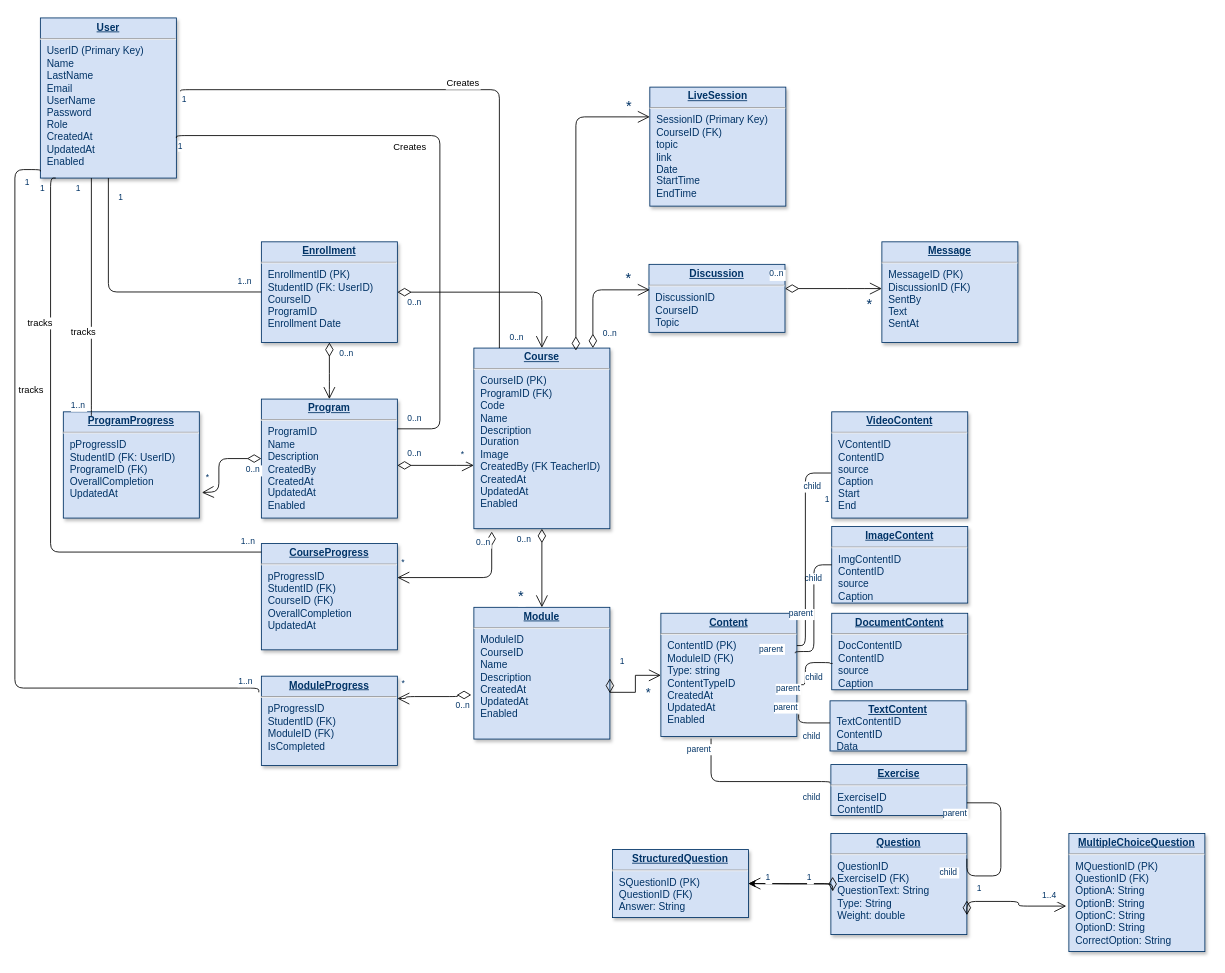
Earlier version of the draw.io diagram Database.drawio (kingshowa/PFE_E-learning). Source tidied: cells renumbered, new cells numbered last; positions are measured from the earlier drawing's top-left corner, leaving out a move shared by most shapes. Both pictures are drawn from the tidied source at 85%, with x=0, y=0 at pixel (14, 18).
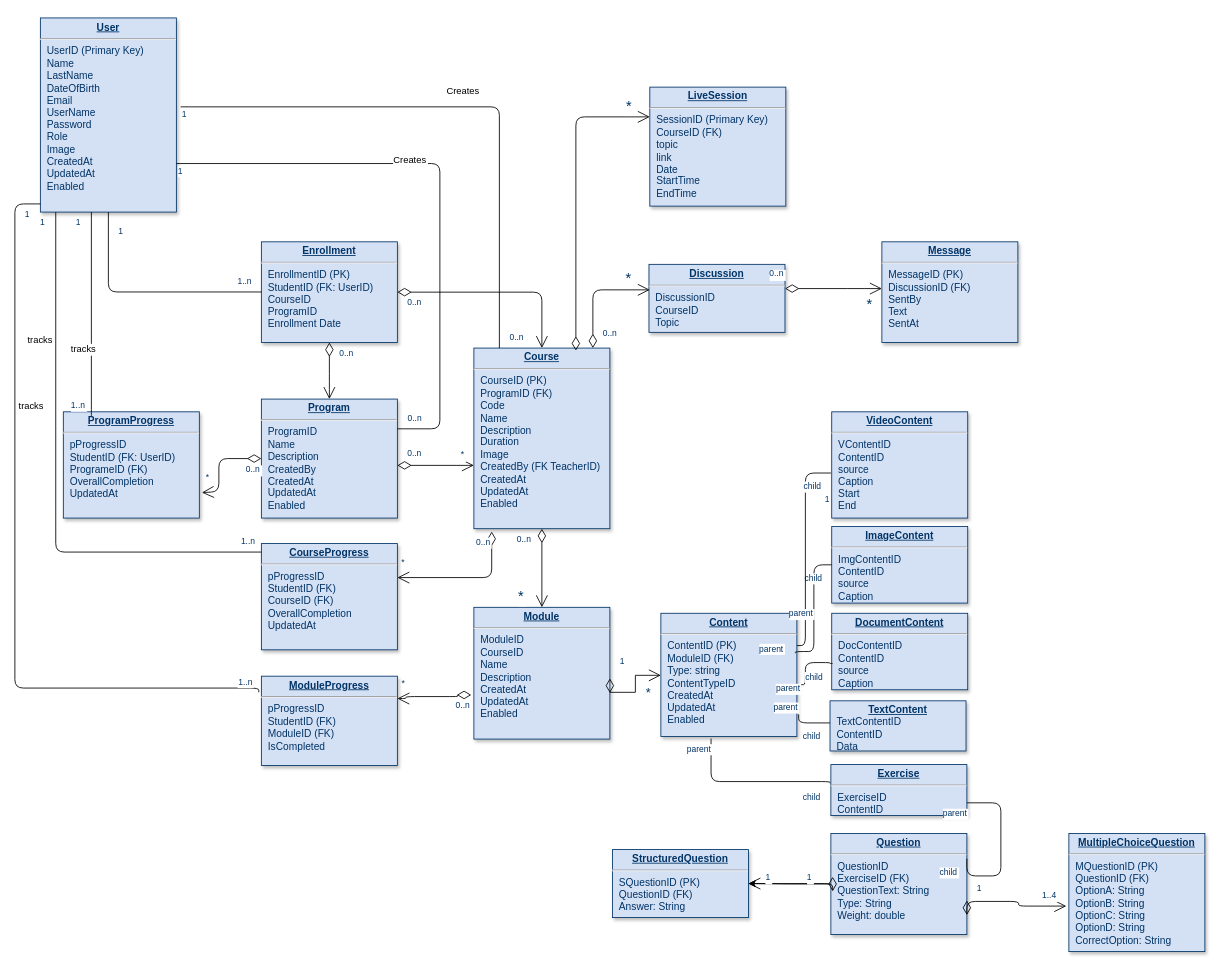
After the change.

Unchanged cells that the change refers to:
```xml
<mxCell id="2" value="&lt;p style=&quot;margin: 0px; margin-top: 4px; text-align: center; text-decoration: underline;&quot;&gt;&lt;strong&gt;Program&lt;/strong&gt;&lt;/p&gt;&lt;hr&gt;&lt;p style=&quot;margin: 0px; margin-left: 8px;&quot;&gt;ProgramID&lt;/p&gt;&lt;p style=&quot;margin: 0px; margin-left: 8px;&quot;&gt;Name&lt;/p&gt;&lt;p style=&quot;margin: 0px; margin-left: 8px;&quot;&gt;Description&lt;/p&gt;&lt;p style=&quot;margin: 0px; margin-left: 8px;&quot;&gt;CreatedBy&lt;/p&gt;&lt;p style=&quot;margin: 0px; margin-left: 8px;&quot;&gt;CreatedAt&lt;/p&gt;&lt;p style=&quot;margin: 0px; margin-left: 8px;&quot;&gt;UpdatedAt&lt;/p&gt;&lt;p style=&quot;margin: 0px; margin-left: 8px;&quot;&gt;Enabled&lt;/p&gt;" style="verticalAlign=top;align=left;overflow=fill;fontSize=12;fontFamily=Helvetica;html=1;strokeColor=#003366;shadow=1;fillColor=#D4E1F5;fontColor=#003366;" parent="1" vertex="1">
  <mxGeometry x="290" y="448" width="160" height="140" as="geometry" />
</mxCell>
<mxCell id="5" value="&lt;p style=&quot;margin: 0px; margin-top: 4px; text-align: center; text-decoration: underline;&quot;&gt;&lt;b&gt;Course&lt;/b&gt;&lt;/p&gt;&lt;hr&gt;&lt;p style=&quot;margin: 0px; margin-left: 8px;&quot;&gt;CourseID (PK)&lt;/p&gt;&lt;p style=&quot;margin: 0px; margin-left: 8px;&quot;&gt;ProgramID (FK)&lt;/p&gt;&lt;p style=&quot;margin: 0px; margin-left: 8px;&quot;&gt;Code&lt;/p&gt;&lt;p style=&quot;margin: 0px; margin-left: 8px;&quot;&gt;Name&lt;/p&gt;&lt;p style=&quot;margin: 0px; margin-left: 8px;&quot;&gt;Description&lt;/p&gt;&lt;p style=&quot;margin: 0px; margin-left: 8px;&quot;&gt;Duration&lt;/p&gt;&lt;p style=&quot;margin: 0px; margin-left: 8px;&quot;&gt;Image&lt;/p&gt;&lt;p style=&quot;margin: 0px; margin-left: 8px;&quot;&gt;CreatedBy (FK TeacherID)&amp;nbsp;&lt;/p&gt;&lt;p style=&quot;margin: 0px; margin-left: 8px;&quot;&gt;CreatedAt&lt;/p&gt;&lt;p style=&quot;margin: 0px; margin-left: 8px;&quot;&gt;UpdatedAt&lt;/p&gt;&lt;p style=&quot;margin: 0px; margin-left: 8px;&quot;&gt;Enabled&lt;/p&gt;" style="verticalAlign=top;align=left;overflow=fill;fontSize=12;fontFamily=Helvetica;html=1;strokeColor=#003366;shadow=1;fillColor=#D4E1F5;fontColor=#003366;" parent="1" vertex="1">
  <mxGeometry x="540" y="388" width="160" height="212.5" as="geometry" />
</mxCell>
<mxCell id="51" value="&lt;p style=&quot;margin: 0px; margin-top: 4px; text-align: center; text-decoration: underline;&quot;&gt;&lt;strong&gt;CourseProgress&lt;/strong&gt;&lt;/p&gt;&lt;hr&gt;&lt;p style=&quot;margin: 0px; margin-left: 8px;&quot;&gt;pProgressID&lt;/p&gt;&lt;p style=&quot;margin: 0px; margin-left: 8px;&quot;&gt;StudentID (FK)&lt;/p&gt;&lt;p style=&quot;margin: 0px; margin-left: 8px;&quot;&gt;CourseID (FK)&lt;/p&gt;&lt;p style=&quot;margin: 0px; margin-left: 8px;&quot;&gt;OverallCompletion&lt;/p&gt;&lt;p style=&quot;margin: 0px; margin-left: 8px;&quot;&gt;UpdatedAt&lt;/p&gt;" style="verticalAlign=top;align=left;overflow=fill;fontSize=12;fontFamily=Helvetica;html=1;strokeColor=#003366;shadow=1;fillColor=#D4E1F5;fontColor=#003366;" parent="1" vertex="1">
  <mxGeometry x="290" y="618" width="160" height="125" as="geometry" />
</mxCell>
<mxCell id="52" value="&lt;p style=&quot;margin: 0px; margin-top: 4px; text-align: center; text-decoration: underline;&quot;&gt;&lt;strong&gt;ModuleProgress&lt;/strong&gt;&lt;/p&gt;&lt;hr&gt;&lt;p style=&quot;margin: 0px; margin-left: 8px;&quot;&gt;pProgressID&lt;/p&gt;&lt;p style=&quot;margin: 0px; margin-left: 8px;&quot;&gt;StudentID (FK)&lt;/p&gt;&lt;p style=&quot;margin: 0px; margin-left: 8px;&quot;&gt;ModuleID (FK)&lt;/p&gt;&lt;p style=&quot;margin: 0px; margin-left: 8px;&quot;&gt;IsCompleted&lt;/p&gt;" style="verticalAlign=top;align=left;overflow=fill;fontSize=12;fontFamily=Helvetica;html=1;strokeColor=#003366;shadow=1;fillColor=#D4E1F5;fontColor=#003366;" parent="1" vertex="1">
  <mxGeometry x="290" y="774" width="160" height="105" as="geometry" />
</mxCell>
```

The edit, as a diff of the source:
```diff
@@
-    <mxCell id="6" value="&lt;p style=&quot;margin: 0px; margin-top: 4px; text-align: center; text-decoration: underline;&quot;&gt;&lt;strong&gt;User&lt;/strong&gt;&lt;/p&gt;&lt;hr&gt;&lt;p style=&quot;margin: 0px; margin-left: 8px;&quot;&gt;UserID (Primary Key)&lt;/p&gt;&lt;p style=&quot;margin: 0px 0px 0px 8px;&quot;&gt;Name&lt;/p&gt;&lt;p style=&quot;margin: 0px 0px 0px 8px;&quot;&gt;LastName&lt;/p&gt;&lt;p style=&quot;margin: 0px 0px 0px 8px;&quot;&gt;Email&lt;/p&gt;&lt;p style=&quot;margin: 0px 0px 0px 8px;&quot;&gt;UserName&lt;/p&gt;&lt;p style=&quot;margin: 0px 0px 0px 8px;&quot;&gt;Password&lt;/p&gt;&lt;p style=&quot;margin: 0px 0px 0px 8px;&quot;&gt;Role&lt;/p&gt;&lt;p style=&quot;margin: 0px 0px 0px 8px;&quot;&gt;CreatedAt&lt;/p&gt;&lt;p style=&quot;margin: 0px 0px 0px 8px;&quot;&gt;UpdatedAt&lt;/p&gt;&lt;p style=&quot;margin: 0px 0px 0px 8px;&quot;&gt;Enabled&lt;/p&gt;" style="verticalAlign=top;align=left;overflow=fill;fontSize=12;fontFamily=Helvetica;html=1;strokeColor=#003366;shadow=1;fillColor=#D4E1F5;fontColor=#003366;" parent="1" vertex="1">
-      <mxGeometry x="30" y="-0.4" width="160" height="188.4" as="geometry" />
+    <mxCell id="6" value="&lt;p style=&quot;margin: 0px; margin-top: 4px; text-align: center; text-decoration: underline;&quot;&gt;&lt;strong&gt;User&lt;/strong&gt;&lt;/p&gt;&lt;hr&gt;&lt;p style=&quot;margin: 0px; margin-left: 8px;&quot;&gt;UserID (Primary Key)&lt;/p&gt;&lt;p style=&quot;margin: 0px 0px 0px 8px;&quot;&gt;Name&lt;/p&gt;&lt;p style=&quot;margin: 0px 0px 0px 8px;&quot;&gt;LastName&lt;/p&gt;&lt;p style=&quot;margin: 0px 0px 0px 8px;&quot;&gt;DateOfBirth&lt;/p&gt;&lt;p style=&quot;margin: 0px 0px 0px 8px;&quot;&gt;Email&lt;/p&gt;&lt;p style=&quot;margin: 0px 0px 0px 8px;&quot;&gt;UserName&lt;/p&gt;&lt;p style=&quot;margin: 0px 0px 0px 8px;&quot;&gt;Password&lt;/p&gt;&lt;p style=&quot;margin: 0px 0px 0px 8px;&quot;&gt;Role&lt;/p&gt;&lt;p style=&quot;margin: 0px 0px 0px 8px;&quot;&gt;Image&lt;/p&gt;&lt;p style=&quot;margin: 0px 0px 0px 8px;&quot;&gt;CreatedAt&lt;/p&gt;&lt;p style=&quot;margin: 0px 0px 0px 8px;&quot;&gt;UpdatedAt&lt;/p&gt;&lt;p style=&quot;margin: 0px 0px 0px 8px;&quot;&gt;Enabled&lt;/p&gt;" style="verticalAlign=top;align=left;overflow=fill;fontSize=12;fontFamily=Helvetica;html=1;strokeColor=#003366;shadow=1;fillColor=#D4E1F5;fontColor=#003366;" parent="1" vertex="1">
+      <mxGeometry x="30" y="-0.4" width="160" height="228.4" as="geometry" />
     </mxCell>
@@
     <mxCell id="76" value="Creates" style="endArrow=none;edgeStyle=orthogonalEdgeStyle;exitX=1;exitY=0.75;exitDx=0;exitDy=0;entryX=1;entryY=0.25;entryDx=0;entryDy=0;" parent="1" edge="1" source="6" target="2">
       <mxGeometry as="geometry">
         <Array as="points">
-          <mxPoint x="190" y="138" />
-          <mxPoint x="500" y="138" />
+          <mxPoint x="500" y="171" />
           <mxPoint x="500" y="483" />
         </Array>
         <mxPoint x="145" y="-161" as="offset" />
       </mxGeometry>
     </mxCell>
@@
     <mxCell id="79" value="Creates" style="endArrow=none;edgeStyle=orthogonalEdgeStyle;exitX=1.031;exitY=0.458;exitDx=0;exitDy=0;exitPerimeter=0;" parent="1" edge="1" source="6" target="5">
       <mxGeometry as="geometry">
         <Array as="points">
-          <mxPoint x="195" y="84" />
-          <mxPoint x="570" y="84" />
+          <mxPoint x="570" y="104" />
         </Array>
         <mxPoint x="145" y="-161" as="offset" />
       </mxGeometry>
     </mxCell>
@@
     <mxCell id="82" value="tracks" style="endArrow=none;edgeStyle=orthogonalEdgeStyle;exitX=0.113;exitY=1;exitDx=0;exitDy=0;exitPerimeter=0;entryX=0;entryY=0.08;entryDx=0;entryDy=0;entryPerimeter=0;" parent="1" edge="1" source="6" target="51">
       <mxGeometry as="geometry">
         <Array as="points">
-          <mxPoint x="42" y="188" />
-          <mxPoint x="42" y="628" />
+          <mxPoint x="48" y="628" />
         </Array>
         <mxPoint x="-139" y="-50" as="offset" />
       </mxGeometry>
     </mxCell>
@@
     <mxCell id="85" value="tracks" style="endArrow=none;edgeStyle=orthogonalEdgeStyle;exitX=0;exitY=0.958;exitDx=0;exitDy=0;exitPerimeter=0;entryX=-0.019;entryY=0.181;entryDx=0;entryDy=0;entryPerimeter=0;" parent="1" edge="1" source="6" target="52">
       <mxGeometry as="geometry">
         <Array as="points">
-          <mxPoint x="30" y="178" />
-          <mxPoint y="178" />
+          <mxPoint y="218" />
           <mxPoint y="788" />
           <mxPoint x="287" y="788" />
         </Array>
         <mxPoint x="-139" y="-50" as="offset" />
       </mxGeometry>
     </mxCell>
```
